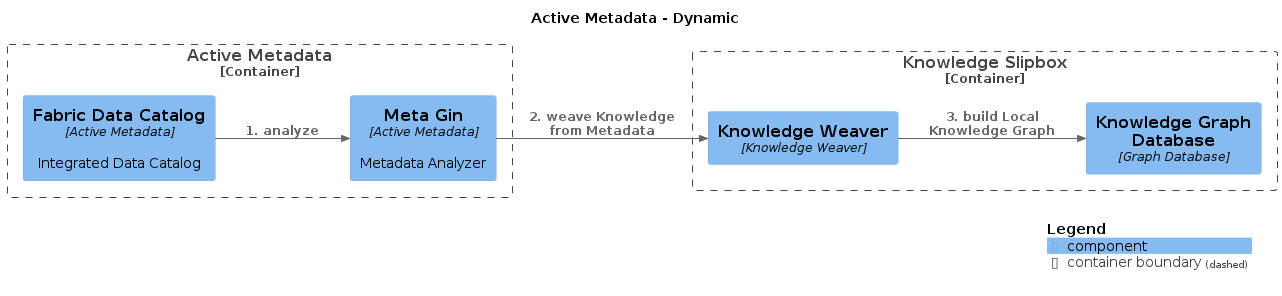
This is master/png/WorkflowBuildingLocalKnowledgeGraph.png from IntellectusCorp/data-fabric-docs, a PlantUML export, as it was before one commit.
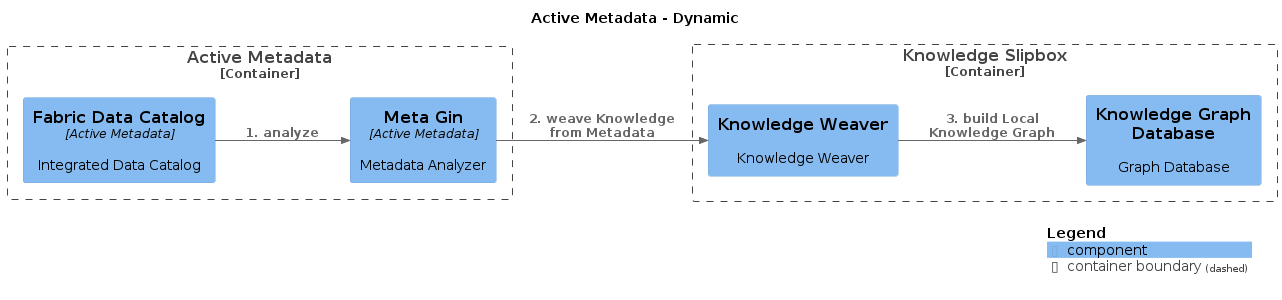
The same diagram one commit later.

Diff of the diagram source:
```diff
@@ -9,18 +9,18 @@
 !include <C4/C4_Component>
 
 Container_Boundary("DataFabric.KnowledgeSlipbox_boundary", "Knowledge Slipbox", $tags="") {
-  Component(DataFabric.KnowledgeSlipbox.KnowledgeWeaver, "Knowledge Weaver", "Knowledge Weaver", $tags="")
-  Component(DataFabric.KnowledgeSlipbox.KnowledgeGraphDatabase, "Knowledge Graph Database", "Graph Database", $tags="")
+  Component(DataFabric.KnowledgeSlipbox.KnowledgeWeaver, "Knowledge Weaver", $techn="", $descr="Knowledge Weaver", $tags="", $link="")
+  Component(DataFabric.KnowledgeSlipbox.KnowledgeGraphDatabase, "Knowledge Graph Database", $techn="", $descr="Graph Database", $tags="", $link="")
 }
 
 Container_Boundary("DataFabric.ActiveMetadata_boundary", "Active Metadata", $tags="") {
-  Component(DataFabric.ActiveMetadata.MetaGin, "Meta Gin", "Active Metadata", "Metadata Analyzer", $tags="")
-  Component(DataFabric.ActiveMetadata.FabricDataCatalog, "Fabric Data Catalog", "Active Metadata", "Integrated Data Catalog", $tags="")
+  Component(DataFabric.ActiveMetadata.MetaGin, "Meta Gin", $techn="Active Metadata", $descr="Metadata Analyzer", $tags="", $link="")
+  Component(DataFabric.ActiveMetadata.FabricDataCatalog, "Fabric Data Catalog", $techn="Active Metadata", $descr="Integrated Data Catalog", $tags="", $link="")
 }
 
-Rel_D(DataFabric.ActiveMetadata.FabricDataCatalog, DataFabric.ActiveMetadata.MetaGin, "1. analyze", $tags="")
-Rel_D(DataFabric.ActiveMetadata.MetaGin, DataFabric.KnowledgeSlipbox.KnowledgeWeaver, "2. weave Knowledge from Metadata", $tags="")
-Rel_D(DataFabric.KnowledgeSlipbox.KnowledgeWeaver, DataFabric.KnowledgeSlipbox.KnowledgeGraphDatabase, "3. build Local Knowledge Graph", $tags="")
+Rel_D(DataFabric.ActiveMetadata.FabricDataCatalog, DataFabric.ActiveMetadata.MetaGin, "1. analyze", $techn="", $tags="", $link="")
+Rel_D(DataFabric.ActiveMetadata.MetaGin, DataFabric.KnowledgeSlipbox.KnowledgeWeaver, "2. weave Knowledge from Metadata", $techn="", $tags="", $link="")
+Rel_D(DataFabric.KnowledgeSlipbox.KnowledgeWeaver, DataFabric.KnowledgeSlipbox.KnowledgeGraphDatabase, "3. build Local Knowledge Graph", $techn="", $tags="", $link="")
 
 SHOW_LEGEND(true)
 @enduml
```
